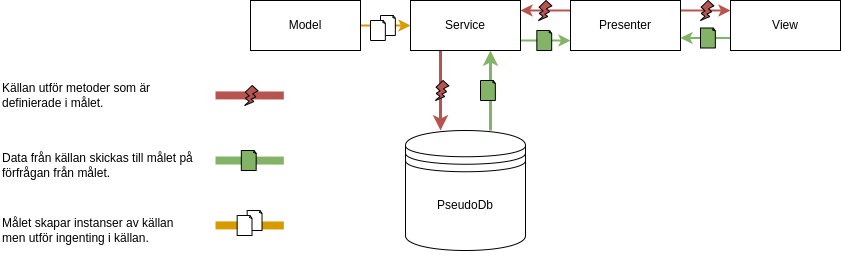
Earlier version of the draw.io export .github/images/MVP.drawio.png (ByteBears-NET23/UntitledBankApp). Source tidied: cells renumbered, new cells last; positions are measured from the earlier drawing's top-left corner, leaving out a move shared by most shapes.
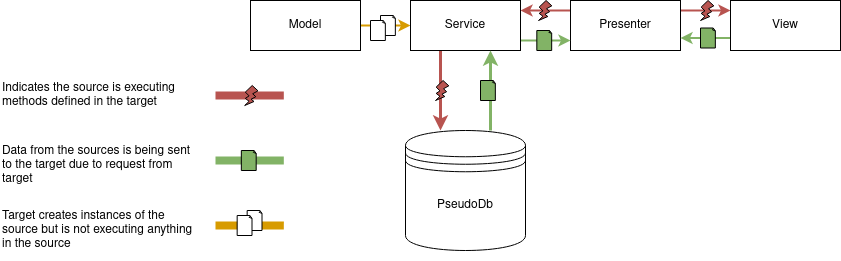
After the change.

The edit, as a diff of the source:
```diff
@@ -79,13 +79,13 @@
     <mxCell id="16" value="PseudoDb" style="text;html=1;strokeColor=none;fillColor=none;align=center;verticalAlign=middle;whiteSpace=wrap;rounded=0;" parent="1" vertex="1">
       <mxGeometry x="435" y="190" width="60" height="30" as="geometry" />
     </mxCell>
-    <mxCell id="17" value="Källan utför metoder som är definierade i målet." style="text;html=1;strokeColor=none;fillColor=none;align=left;verticalAlign=middle;whiteSpace=wrap;rounded=0;" parent="1" vertex="1">
+    <mxCell id="17" value="&lt;div&gt;Indicates the source is executing&lt;/div&gt;&lt;div&gt;methods defined in the target&lt;br&gt;&lt;/div&gt;" style="text;html=1;strokeColor=none;fillColor=none;align=left;verticalAlign=middle;whiteSpace=wrap;rounded=0;" parent="1" vertex="1">
       <mxGeometry y="60" width="200" height="70" as="geometry" />
     </mxCell>
-    <mxCell id="18" value="Data från källan skickas till målet på förfrågan från målet." style="text;html=1;strokeColor=none;fillColor=none;align=left;verticalAlign=middle;whiteSpace=wrap;rounded=0;" parent="1" vertex="1">
+    <mxCell id="18" value="&lt;div&gt;Data from the sources is being sent&lt;/div&gt;&lt;div&gt;to the target due to request from&lt;/div&gt;&lt;div&gt;target&lt;br&gt;&lt;/div&gt;" style="text;html=1;strokeColor=none;fillColor=none;align=left;verticalAlign=middle;whiteSpace=wrap;rounded=0;" parent="1" vertex="1">
       <mxGeometry y="130" width="200" height="70" as="geometry" />
     </mxCell>
-    <mxCell id="19" value="Målet skapar instanser av källan men utför ingenting i källan." style="text;html=1;strokeColor=none;fillColor=none;align=left;verticalAlign=middle;whiteSpace=wrap;rounded=0;" parent="1" vertex="1">
+    <mxCell id="19" value="Target creates instances of the source but is not executing anything in the source" style="text;html=1;strokeColor=none;fillColor=none;align=left;verticalAlign=middle;whiteSpace=wrap;rounded=0;" parent="1" vertex="1">
       <mxGeometry y="200" width="200" height="60" as="geometry" />
     </mxCell>
     <mxCell id="20" style="verticalLabelPosition=bottom;verticalAlign=top;html=1;shape=mxgraph.basic.flash;fillColor=#b85450;strokeColor=default;strokeWidth=1;" parent="1" vertex="1">
```
